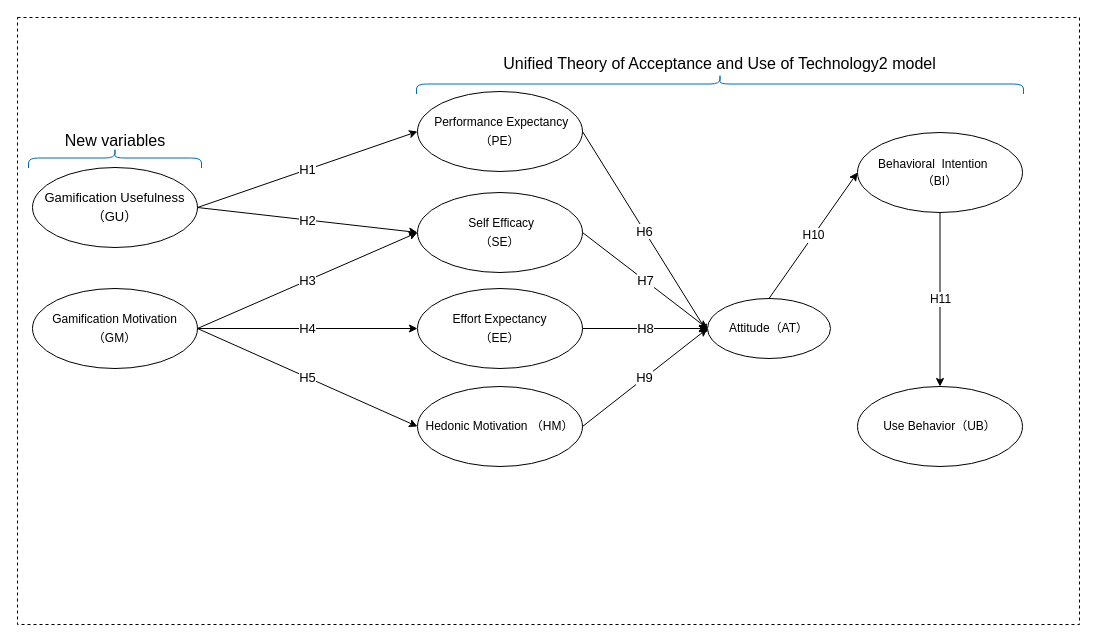
Above: 結構模型2.drawio in raknza/Master-Thesis (draw.io), before the change. Source tidied: cells renumbered, new cells numbered last; positions are measured from the earlier drawing's top-left corner, leaving out a move shared by most shapes. Both pictures are drawn from the tidied source at 100%, with x=0, y=0 at pixel (17, -220).
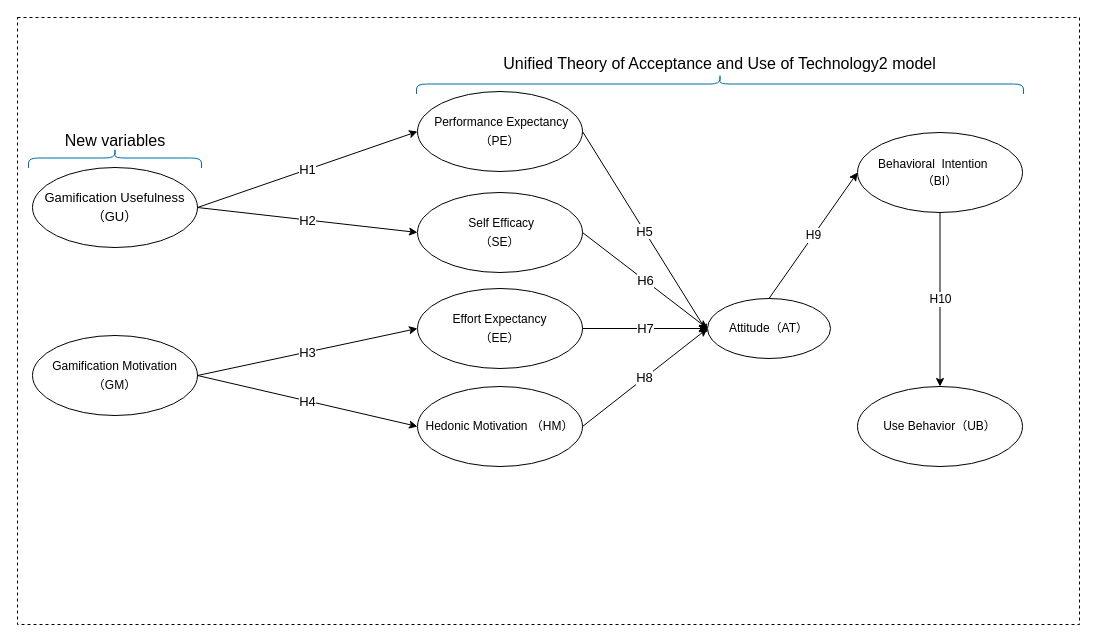
The same page after the edit.

The change refers to these unchanged cells:
```xml
<mxCell id="5" value="&lt;p style=&quot;line-height: 140%&quot;&gt;&lt;span style=&quot;font-size: 12px&quot;&gt;Attitude（AT）&lt;/span&gt;&lt;br&gt;&lt;/p&gt;" style="ellipse;whiteSpace=wrap;html=1;spacingBottom=0;fontSize=13;fontStyle=0;" parent="1" vertex="1">
  <mxGeometry x="690" y="518" width="123" height="60" as="geometry" />
</mxCell>
<mxCell id="6" value="&lt;p style=&quot;line-height: 140%&quot;&gt;&lt;span style=&quot;font-size: 12px&quot;&gt;&amp;nbsp;Performance Expectancy（PE）&lt;/span&gt;&lt;br&gt;&lt;/p&gt;" style="ellipse;whiteSpace=wrap;html=1;spacingBottom=0;fontSize=13;fontStyle=0;" parent="1" vertex="1">
  <mxGeometry x="400" y="311" width="165" height="80" as="geometry" />
</mxCell>
<mxCell id="7" value="&lt;p style=&quot;line-height: 140%&quot;&gt;&lt;span style=&quot;font-size: 12px&quot;&gt;&amp;nbsp;Self Efficacy&lt;/span&gt;&lt;br style=&quot;font-size: 12px&quot;&gt;&lt;span style=&quot;font-size: 12px&quot;&gt;（SE）&lt;/span&gt;&lt;br&gt;&lt;/p&gt;" style="ellipse;whiteSpace=wrap;html=1;spacingBottom=0;fontSize=13;fontStyle=0;" parent="1" vertex="1">
  <mxGeometry x="400" y="412" width="165" height="80" as="geometry" />
</mxCell>
<mxCell id="8" value="&lt;p style=&quot;line-height: 140%&quot;&gt;&lt;span style=&quot;font-size: 12px&quot;&gt;Effort Expectancy&lt;/span&gt;&lt;br style=&quot;font-size: 12px&quot;&gt;&lt;span style=&quot;font-size: 12px&quot;&gt;（EE）&lt;/span&gt;&lt;br&gt;&lt;/p&gt;" style="ellipse;whiteSpace=wrap;html=1;spacingBottom=0;fontSize=13;fontStyle=0;" parent="1" vertex="1">
  <mxGeometry x="400" y="508" width="165" height="80" as="geometry" />
</mxCell>
<mxCell id="9" value="&lt;p style=&quot;line-height: 140%&quot;&gt;&lt;span style=&quot;font-size: 12px&quot;&gt;Hedonic Motivation （HM）&lt;/span&gt;&lt;br&gt;&lt;/p&gt;" style="ellipse;whiteSpace=wrap;html=1;spacingBottom=0;fontSize=13;fontStyle=0;" parent="1" vertex="1">
  <mxGeometry x="400" y="606" width="165" height="80" as="geometry" />
</mxCell>
<mxCell id="19" value="&lt;p class=&quot;MDPI42tablebody&quot; style=&quot;line-height: normal&quot;&gt;&amp;nbsp;Behavioral&amp;nbsp; Intention&amp;nbsp; &amp;nbsp; &amp;nbsp; （BI）&lt;br&gt;&lt;/p&gt;" style="ellipse;whiteSpace=wrap;html=1;spacingBottom=0;fontSize=12;fontStyle=0;spacing=0;" parent="1" vertex="1">
  <mxGeometry x="840" y="352" width="165" height="80" as="geometry" />
</mxCell>
<mxCell id="20" value="&lt;p style=&quot;line-height: 140%&quot;&gt;&lt;span style=&quot;font-size: 12px&quot;&gt;Use Behavior（UB）&lt;/span&gt;&lt;br&gt;&lt;/p&gt;" style="ellipse;whiteSpace=wrap;html=1;spacingBottom=0;fontSize=13;fontStyle=0;" parent="1" vertex="1">
  <mxGeometry x="840" y="606" width="165" height="80" as="geometry" />
</mxCell>
```

The edit, as a diff of the source:
```diff
@@
     <mxCell id="4" value="&lt;p style=&quot;line-height: 140%&quot;&gt;&lt;span style=&quot;font-size: 12px&quot;&gt;Gamification Motivation&lt;/span&gt;&lt;br style=&quot;font-size: 12px&quot;&gt;&lt;span style=&quot;font-size: 12px&quot;&gt;（GM）&lt;/span&gt;&lt;br&gt;&lt;/p&gt;" style="ellipse;whiteSpace=wrap;html=1;spacingBottom=0;fontSize=13;fontStyle=0;" parent="1" vertex="1">
-      <mxGeometry x="15" y="508" width="165" height="80" as="geometry" />
+      <mxGeometry x="15" y="555" width="165" height="80" as="geometry" />
     </mxCell>
@@
-    <mxCell id="12" value="H3" style="endArrow=classic;html=1;fontSize=13;exitX=1;exitY=0.5;exitDx=0;exitDy=0;" parent="1" edge="1" source="4">
-      <mxGeometry relative="1" as="geometry">
-        <mxPoint x="400" y="452" as="targetPoint" />
-      </mxGeometry>
-    </mxCell>
-    <mxCell id="13" value="H4" style="endArrow=classic;html=1;fontSize=13;exitX=1;exitY=0.5;exitDx=0;exitDy=0;entryX=0;entryY=0.5;entryDx=0;entryDy=0;" parent="1" edge="1" source="4" target="8">
+    <mxCell id="13" value="H3" style="endArrow=classic;html=1;fontSize=13;exitX=1;exitY=0.5;exitDx=0;exitDy=0;entryX=0;entryY=0.5;entryDx=0;entryDy=0;" parent="1" edge="1" source="4" target="8">
       <mxGeometry relative="1" as="geometry" />
     </mxCell>
-    <mxCell id="14" value="H5" style="endArrow=classic;html=1;fontSize=13;exitX=1;exitY=0.5;exitDx=0;exitDy=0;entryX=0;entryY=0.5;entryDx=0;entryDy=0;" parent="1" edge="1" source="4" target="9">
+    <mxCell id="14" value="H4" style="endArrow=classic;html=1;fontSize=13;exitX=1;exitY=0.5;exitDx=0;exitDy=0;entryX=0;entryY=0.5;entryDx=0;entryDy=0;" parent="1" edge="1" source="4" target="9">
       <mxGeometry relative="1" as="geometry" />
     </mxCell>
-    <mxCell id="15" value="H8" style="endArrow=classic;html=1;fontSize=13;exitX=1;exitY=0.5;exitDx=0;exitDy=0;entryX=0;entryY=0.5;entryDx=0;entryDy=0;" parent="1" edge="1" source="8" target="5">
+    <mxCell id="15" value="H7" style="endArrow=classic;html=1;fontSize=13;exitX=1;exitY=0.5;exitDx=0;exitDy=0;entryX=0;entryY=0.5;entryDx=0;entryDy=0;" parent="1" edge="1" source="8" target="5">
       <mxGeometry relative="1" as="geometry" />
     </mxCell>
-    <mxCell id="16" value="H6" style="endArrow=classic;html=1;fontSize=13;exitX=1;exitY=0.5;exitDx=0;exitDy=0;" parent="1" edge="1" source="6">
+    <mxCell id="16" value="H5" style="endArrow=classic;html=1;fontSize=13;exitX=1;exitY=0.5;exitDx=0;exitDy=0;" parent="1" edge="1" source="6">
       <mxGeometry relative="1" as="geometry">
         <mxPoint x="690" y="552" as="targetPoint" />
       </mxGeometry>
     </mxCell>
-    <mxCell id="17" value="H7" style="endArrow=classic;html=1;fontSize=13;exitX=1;exitY=0.5;exitDx=0;exitDy=0;entryX=0;entryY=0.5;entryDx=0;entryDy=0;" parent="1" edge="1" source="7" target="5">
+    <mxCell id="17" value="H6" style="endArrow=classic;html=1;fontSize=13;exitX=1;exitY=0.5;exitDx=0;exitDy=0;entryX=0;entryY=0.5;entryDx=0;entryDy=0;" parent="1" edge="1" source="7" target="5">
       <mxGeometry relative="1" as="geometry" />
     </mxCell>
-    <mxCell id="18" value="H9" style="endArrow=classic;html=1;fontSize=13;exitX=1;exitY=0.5;exitDx=0;exitDy=0;entryX=0;entryY=0.5;entryDx=0;entryDy=0;" parent="1" edge="1" source="9" target="5">
+    <mxCell id="18" value="H8" style="endArrow=classic;html=1;fontSize=13;exitX=1;exitY=0.5;exitDx=0;exitDy=0;entryX=0;entryY=0.5;entryDx=0;entryDy=0;" parent="1" edge="1" source="9" target="5">
       <mxGeometry relative="1" as="geometry" />
     </mxCell>
@@
-    <mxCell id="21" value="H10" style="endArrow=classic;html=1;fontSize=12;exitX=0.5;exitY=0;exitDx=0;exitDy=0;entryX=0;entryY=0.5;entryDx=0;entryDy=0;" parent="1" edge="1" source="5" target="19">
+    <mxCell id="21" value="H9" style="endArrow=classic;html=1;fontSize=12;exitX=0.5;exitY=0;exitDx=0;exitDy=0;entryX=0;entryY=0.5;entryDx=0;entryDy=0;" parent="1" edge="1" source="5" target="19">
       <mxGeometry relative="1" as="geometry" />
     </mxCell>
-    <mxCell id="22" value="H11" style="endArrow=classic;html=1;fontSize=12;exitX=0.5;exitY=1;exitDx=0;exitDy=0;entryX=0.5;entryY=0;entryDx=0;entryDy=0;" parent="1" edge="1" source="19" target="20">
+    <mxCell id="22" value="H10" style="endArrow=classic;html=1;fontSize=12;exitX=0.5;exitY=1;exitDx=0;exitDy=0;entryX=0.5;entryY=0;entryDx=0;entryDy=0;" parent="1" edge="1" source="19" target="20">
       <mxGeometry relative="1" as="geometry" />
     </mxCell>
```
